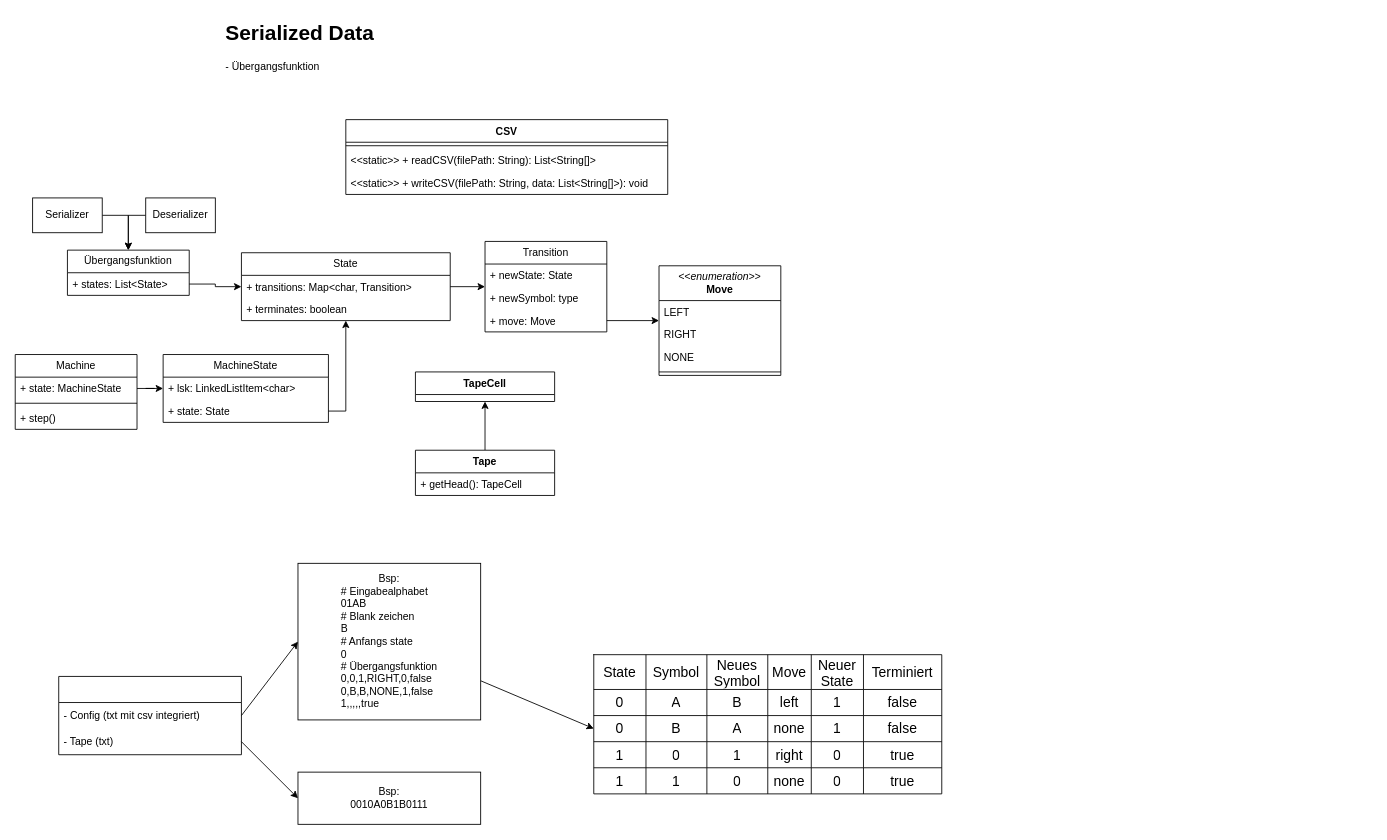
Earlier version of the draw.io diagram diagramm.drawio (Placeblock/turing-sim). Source tidied: cells renumbered, new cells numbered last; positions are measured from the earlier drawing's top-left corner, leaving out a move shared by most shapes. Both pictures are drawn from the tidied source at 87%, with x=0, y=0 at pixel (15, 15).
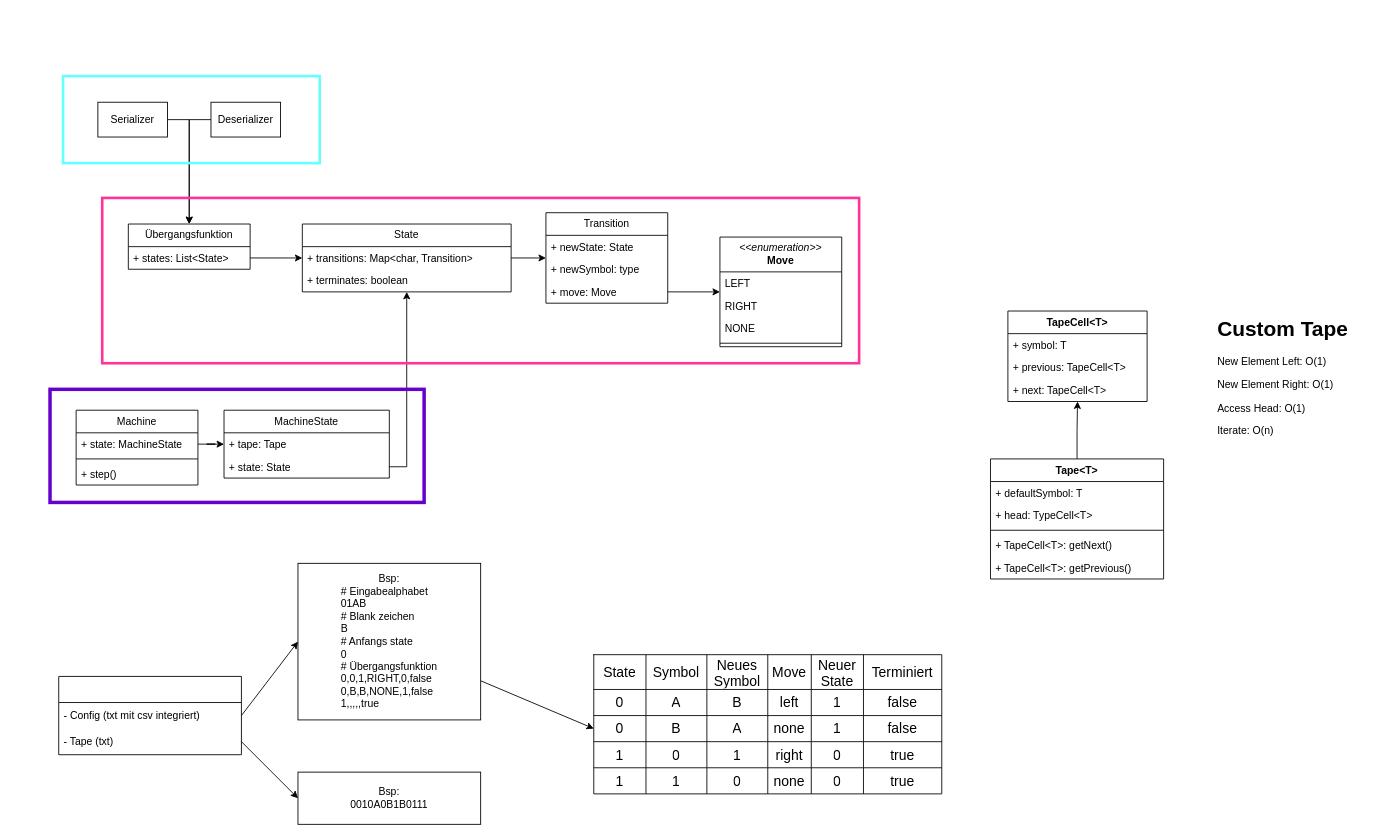
Above is the later version.

Diff of the diagram source:
```diff
@@
     <mxCell id="3" value="Serializer" style="rounded=0;whiteSpace=wrap;html=1;" parent="1" vertex="1">
-      <mxGeometry x="20" y="210" width="80" height="40" as="geometry" />
+      <mxGeometry x="95" y="100" width="80" height="40" as="geometry" />
     </mxCell>
     <mxCell id="4" value="&lt;div&gt;&lt;i&gt;&amp;lt;&amp;lt;enumeration&amp;gt;&amp;gt;&lt;/i&gt;&lt;/div&gt;&lt;b&gt;Move&lt;/b&gt;" style="swimlane;fontStyle=0;horizontal=1;startSize=40;fillColor=none;whiteSpace=wrap;html=1;" parent="1" vertex="1">
-      <mxGeometry x="740" y="288" width="140" height="126" as="geometry" />
+      <mxGeometry x="810" y="255" width="140" height="126" as="geometry" />
     </mxCell>
@@
     <mxCell id="9" value="Transition" style="swimlane;fontStyle=0;horizontal=1;startSize=26;fillColor=none;whiteSpace=wrap;html=1;" parent="1" vertex="1">
-      <mxGeometry x="540" y="260" width="140" height="104" as="geometry" />
+      <mxGeometry x="610" y="227" width="140" height="104" as="geometry" />
     </mxCell>
@@
     <mxCell id="13" value="State" style="swimlane;fontStyle=0;horizontal=1;startSize=26;fillColor=none;whiteSpace=wrap;html=1;" parent="1" vertex="1">
-      <mxGeometry x="260" y="273" width="240" height="78" as="geometry" />
+      <mxGeometry x="330" y="240" width="240" height="78" as="geometry" />
     </mxCell>
@@
     <mxCell id="16" value="Übergangsfunktion" style="swimlane;fontStyle=0;horizontal=1;startSize=26;fillColor=none;whiteSpace=wrap;html=1;" parent="1" vertex="1">
-      <mxGeometry x="60" y="270" width="140" height="52" as="geometry" />
+      <mxGeometry x="130" y="240" width="140" height="52" as="geometry" />
     </mxCell>
@@
     <mxCell id="21" value="MachineState" style="swimlane;fontStyle=0;horizontal=1;startSize=26;fillColor=none;whiteSpace=wrap;html=1;" parent="1" vertex="1">
-      <mxGeometry x="170" y="390" width="190" height="78" as="geometry" />
+      <mxGeometry x="240" y="454" width="190" height="78" as="geometry" />
     </mxCell>
-    <mxCell id="22" value="+ lsk: LinkedListItem&amp;lt;char&amp;gt;" style="text;strokeColor=none;fillColor=none;align=left;verticalAlign=top;spacingLeft=4;spacingRight=4;overflow=hidden;whiteSpace=wrap;html=1;" parent="21" vertex="1">
+    <mxCell id="22" value="+ tape: Tape" style="text;strokeColor=none;fillColor=none;align=left;verticalAlign=top;spacingLeft=4;spacingRight=4;overflow=hidden;whiteSpace=wrap;html=1;" parent="21" vertex="1">
       <mxGeometry y="26" width="190" height="26" as="geometry" />
     </mxCell>
@@
     <mxCell id="24" value="Machine" style="swimlane;fontStyle=0;horizontal=1;startSize=26;fillColor=none;whiteSpace=wrap;html=1;" parent="1" vertex="1">
-      <mxGeometry y="390" width="140" height="86" as="geometry" />
+      <mxGeometry x="70" y="454" width="140" height="86" as="geometry" />
     </mxCell>
@@
     <mxCell id="31" value="Deserializer" style="rounded=0;whiteSpace=wrap;html=1;" parent="1" vertex="1">
-      <mxGeometry x="150" y="210" width="80" height="40" as="geometry" />
+      <mxGeometry x="225" y="100" width="80" height="40" as="geometry" />
     </mxCell>
-    <mxCell id="32" value="&lt;h1 style=&quot;margin-top: 0px;&quot;&gt;Serialized Data&lt;/h1&gt;&lt;p&gt;- Übergangsfunktion&lt;/p&gt;&lt;p&gt;&lt;br&gt;&lt;/p&gt;" style="text;html=1;whiteSpace=wrap;overflow=hidden;rounded=0;" parent="1" vertex="1">
-      <mxGeometry x="240" width="380" height="120" as="geometry" />
-    </mxCell>
-    <mxCell id="33" value="TapeCell" style="swimlane;fontStyle=1;align=center;verticalAlign=top;horizontal=1;startSize=26;whiteSpace=wrap;html=1;" parent="1" vertex="1">
-      <mxGeometry x="460" y="410" width="160" height="34" as="geometry" />
+    <mxCell id="33" value="TapeCell&amp;lt;T&amp;gt;" style="swimlane;fontStyle=1;align=center;verticalAlign=top;horizontal=1;startSize=26;whiteSpace=wrap;html=1;" parent="1" vertex="1">
+      <mxGeometry x="1141" y="340" width="160" height="104" as="geometry" />
     </mxCell>
+    <mxCell id="85" value="+ symbol: T" style="text;strokeColor=none;fillColor=none;align=left;verticalAlign=top;spacingLeft=4;spacingRight=4;overflow=hidden;whiteSpace=wrap;html=1;" parent="33" vertex="1">
+      <mxGeometry y="26" width="160" height="26" as="geometry" />
+    </mxCell>
+    <mxCell id="86" value="+ previous: TapeCell&amp;lt;T&amp;gt;" style="text;strokeColor=none;fillColor=none;align=left;verticalAlign=top;spacingLeft=4;spacingRight=4;overflow=hidden;whiteSpace=wrap;html=1;" parent="33" vertex="1">
+      <mxGeometry y="52" width="160" height="26" as="geometry" />
+    </mxCell>
+    <mxCell id="87" value="+ next: TapeCell&amp;lt;T&amp;gt;" style="text;strokeColor=none;fillColor=none;align=left;verticalAlign=top;spacingLeft=4;spacingRight=4;overflow=hidden;whiteSpace=wrap;html=1;" parent="33" vertex="1">
+      <mxGeometry y="78" width="160" height="26" as="geometry" />
+    </mxCell>
@@
-    <mxCell id="35" value="Tape" style="swimlane;fontStyle=1;align=center;verticalAlign=top;horizontal=1;startSize=26;whiteSpace=wrap;html=1;" parent="1" vertex="1">
-      <mxGeometry x="460" y="500" width="160" height="52" as="geometry" />
+    <mxCell id="35" value="Tape&amp;lt;T&amp;gt;" style="swimlane;fontStyle=1;align=center;verticalAlign=top;horizontal=1;startSize=26;whiteSpace=wrap;html=1;" parent="1" vertex="1">
+      <mxGeometry x="1121" y="510" width="199" height="138" as="geometry" />
     </mxCell>
-    <mxCell id="36" value="+ getHead(): TapeCell" style="text;strokeColor=none;fillColor=none;align=left;verticalAlign=top;spacingLeft=4;spacingRight=4;overflow=hidden;whiteSpace=wrap;html=1;" parent="35" vertex="1">
-      <mxGeometry y="26" width="160" height="26" as="geometry" />
-    </mxCell>
-    <mxCell id="37" value="CSV" style="swimlane;fontStyle=1;align=center;verticalAlign=top;horizontal=1;startSize=26;whiteSpace=wrap;html=1;" parent="1" vertex="1">
-      <mxGeometry x="380" y="120" width="370" height="86" as="geometry" />
-    </mxCell>
-    <mxCell id="38" style="line;strokeWidth=1;fillColor=none;align=left;verticalAlign=middle;spacingTop=-1;spacingLeft=3;spacingRight=3;labelPosition=right;strokeColor=inherit;" parent="37" vertex="1">
-      <mxGeometry y="26" width="370" height="8" as="geometry" />
-    </mxCell>
-    <mxCell id="39" value="&amp;lt;&amp;lt;static&amp;gt;&amp;gt; + readCSV(filePath: String): List&amp;lt;String[]&amp;gt;" style="text;strokeColor=none;fillColor=none;align=left;verticalAlign=top;spacingLeft=4;spacingRight=4;overflow=hidden;whiteSpace=wrap;html=1;" parent="37" vertex="1">
-      <mxGeometry y="34" width="370" height="26" as="geometry" />
-    </mxCell>
-    <mxCell id="40" value="&amp;lt;&amp;lt;static&amp;gt;&amp;gt; + writeCSV(filePath: String, data: List&amp;lt;String[]&amp;gt;): void" style="text;strokeColor=none;fillColor=none;align=left;verticalAlign=top;spacingLeft=4;spacingRight=4;overflow=hidden;whiteSpace=wrap;html=1;" parent="37" vertex="1">
-      <mxGeometry y="60" width="370" height="26" as="geometry" />
-    </mxCell>
+    <mxCell id="88" value="+ defaultSymbol: T" style="text;strokeColor=none;fillColor=none;align=left;verticalAlign=top;spacingLeft=4;spacingRight=4;overflow=hidden;whiteSpace=wrap;html=1;" parent="35" vertex="1">
+      <mxGeometry y="26" width="199" height="26" as="geometry" />
+    </mxCell>
+    <mxCell id="89" value="+ head: TypeCell&amp;lt;T&amp;gt;" style="text;strokeColor=none;fillColor=none;align=left;verticalAlign=top;spacingLeft=4;spacingRight=4;overflow=hidden;whiteSpace=wrap;html=1;" parent="35" vertex="1">
+      <mxGeometry y="52" width="199" height="26" as="geometry" />
+    </mxCell>
+    <mxCell id="90" style="line;strokeWidth=1;fillColor=none;align=left;verticalAlign=middle;spacingTop=-1;spacingLeft=3;spacingRight=3;labelPosition=right;strokeColor=inherit;" parent="35" vertex="1">
+      <mxGeometry y="78" width="199" height="8" as="geometry" />
+    </mxCell>
+    <mxCell id="91" value="+ TapeCell&amp;lt;T&amp;gt;: getNext()" style="text;strokeColor=none;fillColor=none;align=left;verticalAlign=top;spacingLeft=4;spacingRight=4;overflow=hidden;whiteSpace=wrap;html=1;" parent="35" vertex="1">
+      <mxGeometry y="86" width="199" height="26" as="geometry" />
+    </mxCell>
+    <mxCell id="92" value="+ TapeCell&amp;lt;T&amp;gt;: getPrevious()" style="text;strokeColor=none;fillColor=none;align=left;verticalAlign=top;spacingLeft=4;spacingRight=4;overflow=hidden;whiteSpace=wrap;html=1;" parent="35" vertex="1">
+      <mxGeometry y="112" width="199" height="26" as="geometry" />
+    </mxCell>
@@
+    <mxCell id="93" style="rounded=0;whiteSpace=wrap;html=1;fillColor=none;strokeColor=#FF3399;strokeWidth=3;" parent="1" vertex="1">
+      <mxGeometry x="100" y="210" width="870" height="190" as="geometry" />
+    </mxCell>
+    <mxCell id="94" style="rounded=0;whiteSpace=wrap;html=1;fillColor=none;strokeColor=#6600CC;strokeWidth=4;" parent="1" vertex="1">
+      <mxGeometry x="40" y="430" width="430" height="130" as="geometry" />
+    </mxCell>
+    <mxCell id="95" style="rounded=0;whiteSpace=wrap;html=1;fillColor=none;strokeColor=#66FFFF;strokeWidth=3;" parent="1" vertex="1">
+      <mxGeometry x="55" y="70" width="295" height="100" as="geometry" />
+    </mxCell>
+    <mxCell id="96" value="&lt;h1 style=&quot;margin-top: 0px;&quot;&gt;Custom Tape&lt;/h1&gt;&lt;p&gt;New Element Left: O(1)&lt;/p&gt;&lt;p&gt;New Element Right: O(1)&lt;/p&gt;&lt;p&gt;Access Head: O(1)&lt;/p&gt;&lt;p&gt;Iterate: O(n)&lt;/p&gt;" style="text;html=1;whiteSpace=wrap;overflow=hidden;rounded=0;" parent="1" vertex="1">
+      <mxGeometry x="1380" y="340" width="180" height="190" as="geometry" />
+    </mxCell>
```
